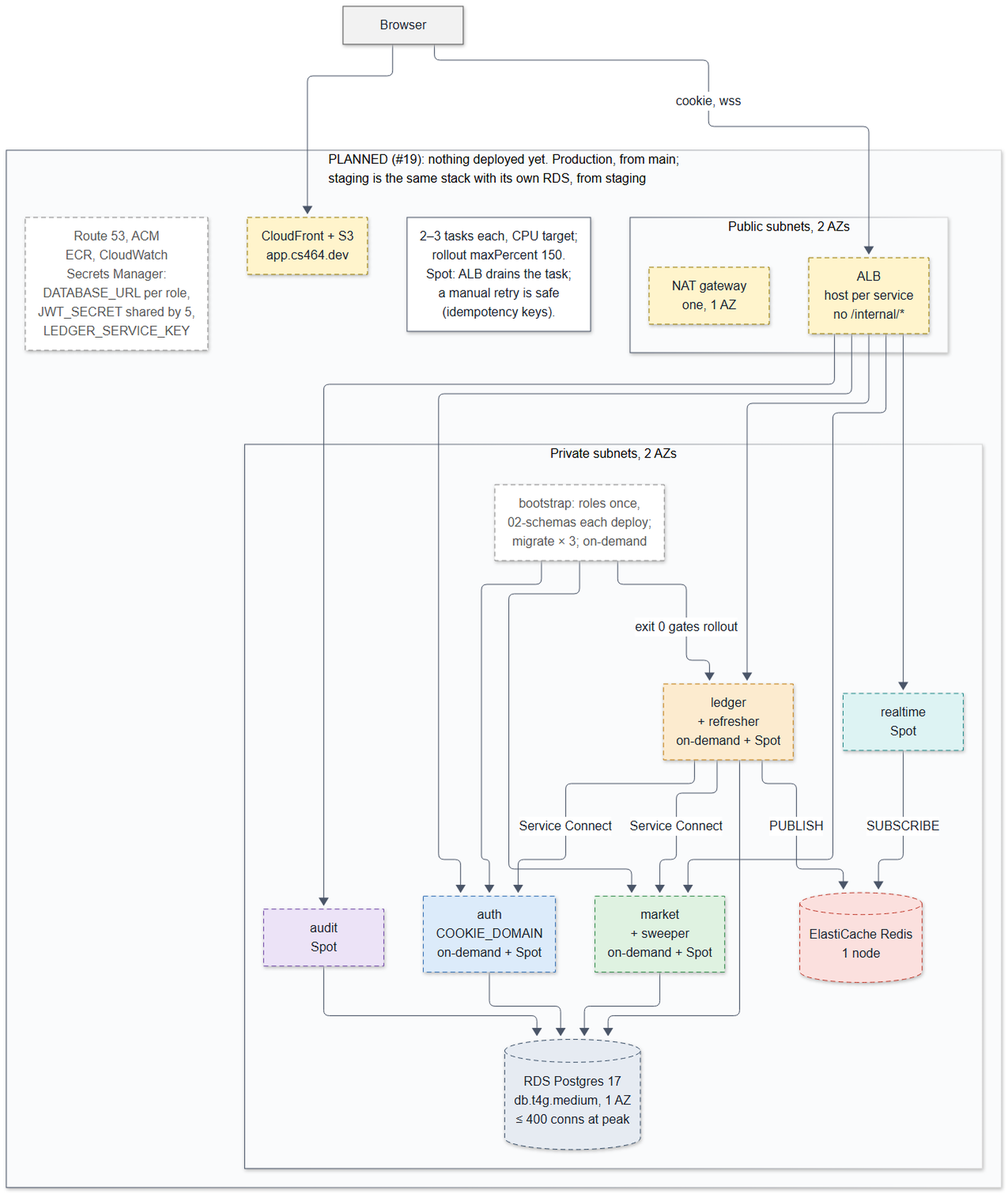
The Mermaid diagram docs/diagrams/rendered/02-cloud-deployment.png in decker757/CS464, before a commit. Its source is kept beside it as docs/diagrams/02-cloud-deployment.mmd.
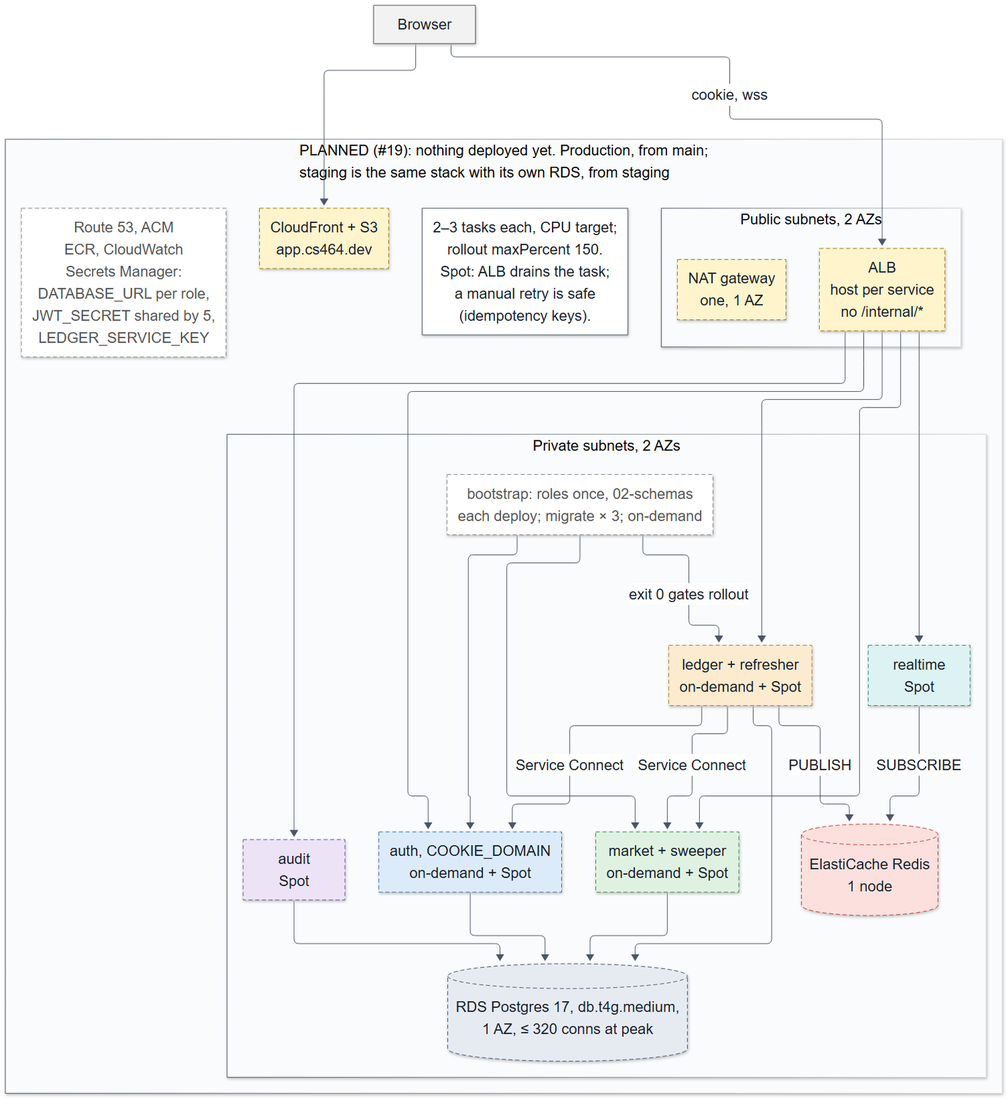
After the change.

The edit, as a diff of the source:
```diff
@@ -1,4 +1,4 @@
-%%{init: {"elk": {"lineHops": false}, "flowchart": {"wrappingWidth": 320}}}%%
+%%{init: {"elk": {"lineHops": false}, "flowchart": {"wrappingWidth": 420}, "themeVariables": {"fontSize": "22px"}}}%%
 flowchart TB
     browser["Browser"]
 
@@ -11,13 +11,13 @@
         end
 
         subgraph priv["Private subnets, 2 AZs"]
-            mig["bootstrap: roles once,<br/>02-schemas each deploy;<br/>migrate × 3; on-demand"]
-            ledger["ledger<br/>+ refresher<br/>on-demand + Spot"]
+            mig["bootstrap: roles once, 02-schemas<br/>each deploy; migrate × 3; on-demand"]
+            ledger["ledger + refresher<br/>on-demand + Spot"]
             realtime["realtime<br/>Spot"]
             audit["audit<br/>Spot"]
-            auth["auth<br/>COOKIE_DOMAIN<br/>on-demand + Spot"]
-            market["market<br/>+ sweeper<br/>on-demand + Spot"]
-            rds[("RDS Postgres 17<br/>db.t4g.medium, 1 AZ<br/>≤ 400 conns at peak")]
+            auth["auth, COOKIE_DOMAIN<br/>on-demand + Spot"]
+            market["market + sweeper<br/>on-demand + Spot"]
+            rds[("RDS Postgres 17, db.t4g.medium,<br/>1 AZ, ≤ 320 conns at peak")]
             redis[("ElastiCache Redis<br/>1 node")]
         end
 
```
